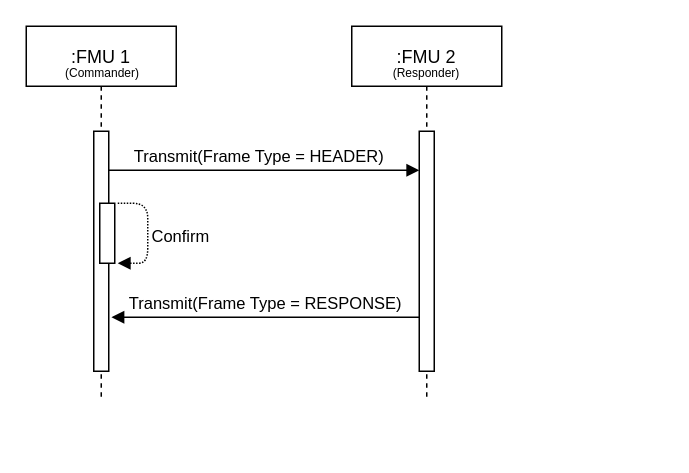
The draw.io diagram docs/images/lin_direct_confirmation.drawio in modelica/fmi-ls-bus, before the edit. Source tidied: cells renumbered, new cells numbered last; positions are measured from the earlier drawing's top-left corner, leaving out a move shared by most shapes. Both pictures are drawn from the tidied source at 150%, with x=0, y=0 at pixel (26, 26).
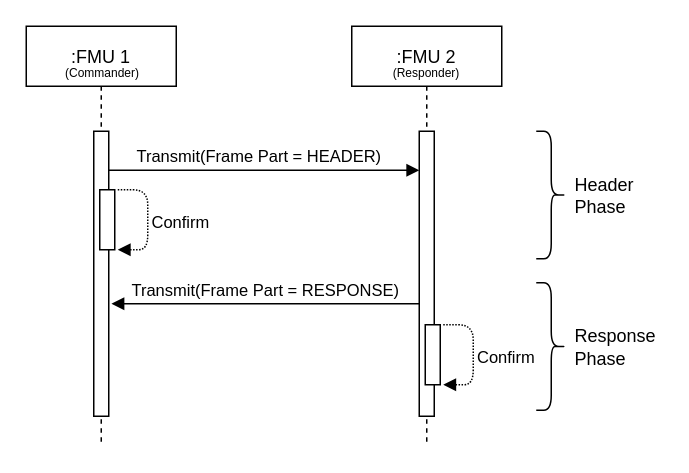
The same page after the edit.

Diff of the diagram source:
```diff
@@
-    <mxCell id="2" value="Transmit(Frame Type = HEADER)" style="verticalAlign=bottom;endArrow=block;entryX=0;entryY=0;shadow=0;strokeWidth=1;" parent="1" edge="1">
+    <mxCell id="2" value="Transmit(Frame Part = HEADER)" style="verticalAlign=bottom;endArrow=block;entryX=0;entryY=0;shadow=0;strokeWidth=1;" parent="1" edge="1">
       <mxGeometry relative="1" as="geometry">
         <mxPoint x="49.5" y="96" as="sourcePoint" />
         <mxPoint x="262" y="96" as="targetPoint" />
       </mxGeometry>
     </mxCell>
     <mxCell id="3" value=":FMU 1" style="shape=umlLifeline;perimeter=lifelinePerimeter;rounded=0;shadow=0;strokeWidth=1;" parent="1" vertex="1">
-      <mxGeometry width="100" height="250" as="geometry" />
+      <mxGeometry width="100" height="280" as="geometry" />
     </mxCell>
     <mxCell id="4" value="Confirm" style="verticalAlign=bottom;endArrow=block;shadow=0;strokeWidth=1;align=left;spacingRight=1;spacing=3;dashed=1;dashPattern=1 1;" parent="3" edge="1">
       <mxGeometry x="0.3" relative="1" as="geometry">
-        <mxPoint x="61" y="118" as="sourcePoint" />
-        <mxPoint x="61" y="158" as="targetPoint" />
+        <mxPoint x="61" y="109" as="sourcePoint" />
+        <mxPoint x="61" y="149" as="targetPoint" />
         <Array as="points">
-          <mxPoint x="81" y="118" />
-          <mxPoint x="81" y="158" />
+          <mxPoint x="81" y="109" />
+          <mxPoint x="81" y="149" />
         </Array>
       </mxGeometry>
     </mxCell>
@@
     <mxCell id="6" style="perimeter=orthogonalPerimeter;rounded=0;shadow=0;strokeWidth=1;" parent="3" vertex="1">
-      <mxGeometry x="45" y="70" width="10" height="160" as="geometry" />
+      <mxGeometry x="45" y="70" width="10" height="190" as="geometry" />
     </mxCell>
     <mxCell id="7" style="perimeter=orthogonalPerimeter;rounded=0;shadow=0;strokeWidth=1;" parent="3" vertex="1">
-      <mxGeometry x="49" y="118" width="10" height="40" as="geometry" />
+      <mxGeometry x="49" y="109" width="10" height="40" as="geometry" />
     </mxCell>
-    <mxCell id="8" value="Transmit(Frame Type = RESPONSE)" style="verticalAlign=bottom;endArrow=none;entryX=0;entryY=0;shadow=0;strokeWidth=1;startArrow=block;startFill=1;exitX=1.177;exitY=0.589;exitDx=0;exitDy=0;exitPerimeter=0;endFill=0;" parent="1" edge="1">
+    <mxCell id="8" value="Transmit(Frame Part = RESPONSE)" style="verticalAlign=bottom;endArrow=none;entryX=0;entryY=0;shadow=0;strokeWidth=1;startArrow=block;startFill=1;exitX=1.177;exitY=0.589;exitDx=0;exitDy=0;exitPerimeter=0;endFill=0;" parent="1" edge="1">
       <mxGeometry relative="1" as="geometry">
-        <mxPoint x="56.8" y="194" as="sourcePoint" />
-        <mxPoint x="262" y="194" as="targetPoint" />
+        <mxPoint x="56.8" y="185" as="sourcePoint" />
+        <mxPoint x="262" y="185" as="targetPoint" />
       </mxGeometry>
     </mxCell>
     <mxCell id="9" value=":FMU 2" style="shape=umlLifeline;perimeter=lifelinePerimeter;rounded=0;shadow=0;strokeWidth=1;" parent="1" vertex="1">
-      <mxGeometry x="217" width="100" height="250" as="geometry" />
+      <mxGeometry x="217" width="100" height="280" as="geometry" />
     </mxCell>
     <mxCell id="10" style="perimeter=orthogonalPerimeter;rounded=0;shadow=0;strokeWidth=1;" parent="9" vertex="1">
-      <mxGeometry x="45" y="70" width="10" height="160" as="geometry" />
+      <mxGeometry x="45" y="70" width="10" height="190" as="geometry" />
     </mxCell>
@@
+    <mxCell id="12" value="Confirm" style="verticalAlign=bottom;endArrow=block;shadow=0;strokeWidth=1;align=left;spacingRight=1;spacing=3;dashed=1;dashPattern=1 1;" parent="1" edge="1">
+      <mxGeometry x="0.3" relative="1" as="geometry">
+        <mxPoint x="278" y="199" as="sourcePoint" />
+        <mxPoint x="278" y="239" as="targetPoint" />
+        <Array as="points">
+          <mxPoint x="298" y="199" />
+          <mxPoint x="298" y="239" />
+        </Array>
+      </mxGeometry>
+    </mxCell>
+    <mxCell id="13" style="perimeter=orthogonalPerimeter;rounded=0;shadow=0;strokeWidth=1;" parent="1" vertex="1">
+      <mxGeometry x="266" y="199" width="10" height="40" as="geometry" />
+    </mxCell>
+    <mxCell id="14" style="shape=curlyBracket;whiteSpace=wrap;html=1;rounded=1;flipH=1;labelPosition=right;verticalLabelPosition=middle;align=left;verticalAlign=middle;" parent="1" vertex="1">
+      <mxGeometry x="340" y="70" width="20" height="85" as="geometry" />
+    </mxCell>
+    <mxCell id="15" style="shape=curlyBracket;whiteSpace=wrap;html=1;rounded=1;flipH=1;labelPosition=right;verticalLabelPosition=middle;align=left;verticalAlign=middle;" parent="1" vertex="1">
+      <mxGeometry x="340" y="171" width="20" height="85" as="geometry" />
+    </mxCell>
+    <mxCell id="16" value="Header&lt;br&gt;Phase" style="text;html=1;whiteSpace=wrap;strokeColor=none;fillColor=none;align=left;verticalAlign=middle;rounded=0;" parent="1" vertex="1">
+      <mxGeometry x="364" y="98" width="60" height="30" as="geometry" />
+    </mxCell>
+    <mxCell id="17" value="Response&lt;br&gt;Phase" style="text;html=1;whiteSpace=wrap;strokeColor=none;fillColor=none;align=left;verticalAlign=middle;rounded=0;" parent="1" vertex="1">
+      <mxGeometry x="364" y="199" width="60" height="30" as="geometry" />
+    </mxCell>
```
